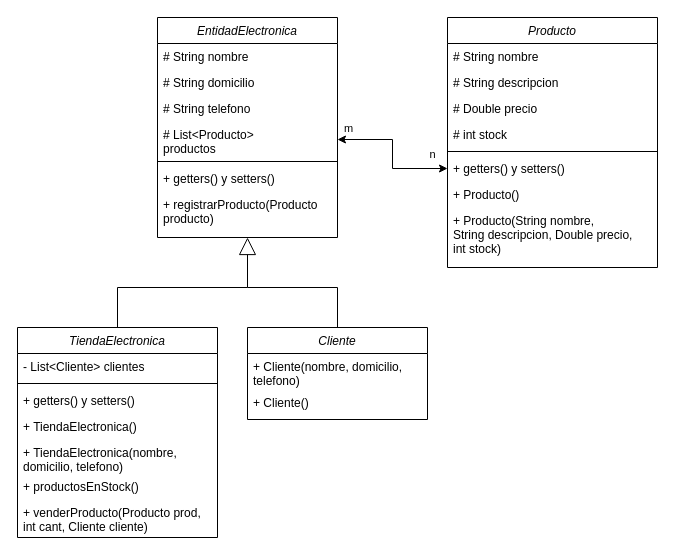
Above: trabajoPracticoPOO/Diagrama sin título.drawio in sirnas1983/practica-Java-2023 (draw.io), before the change. Source tidied: cells renumbered, new cells numbered last; positions are measured from the earlier drawing's top-left corner, leaving out a move shared by most shapes. Both pictures are drawn from the tidied source at 100%, with x=0, y=0 at pixel (17, 17).
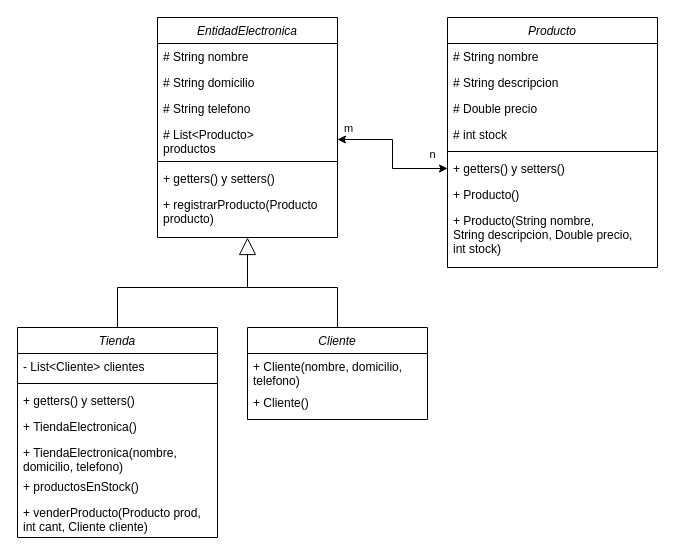
The same page after the edit.

Change to the diagram source:
```diff
@@
-    <mxCell id="16" value="TiendaElectronica" style="swimlane;fontStyle=2;align=center;verticalAlign=top;horizontal=1;startSize=26;rounded=0;shadow=0;strokeWidth=1;" parent="1" vertex="1">
+    <mxCell id="16" value="Tienda" style="swimlane;fontStyle=2;align=center;verticalAlign=top;horizontal=1;startSize=26;rounded=0;shadow=0;strokeWidth=1;" parent="1" vertex="1">
       <mxGeometry y="310" width="200" height="210" as="geometry" />
     </mxCell>
```
